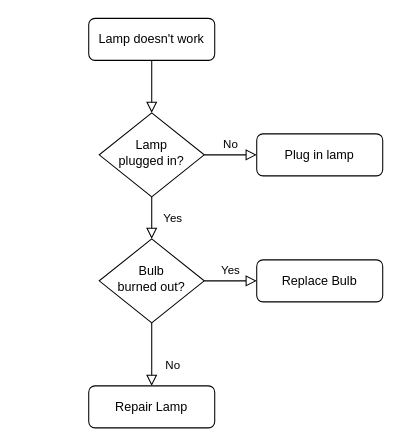
Before: Untitled Diagram.drawio in a8545855/hello-world, a draw.io diagram. Source tidied: cells renumbered, new cells numbered last; positions are measured from the earlier drawing's top-left corner, leaving out a move shared by most shapes. Both pictures are drawn from the tidied source at 105%, with x=0, y=0 at pixel (88, 18).
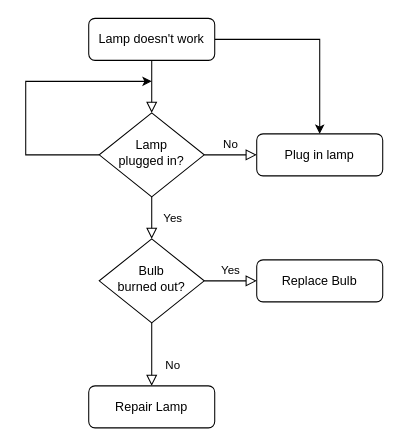
After the change.

The edit, as a diff of the source:
```diff
@@
 <mxGraphModel>
   <root>
     <mxCell id="0" />
     <mxCell id="1" parent="0" />
     <mxCell id="2" style="rounded=0;html=1;jettySize=auto;fontSize=11;endArrow=block;endFill=0;endSize=8;strokeWidth=1;shadow=0;labelBackgroundColor=none;edgeStyle=orthogonalEdgeStyle;" parent="1" edge="1" source="3" target="6">
       <mxGeometry relative="1" as="geometry" />
     </mxCell>
+    <mxCell id="13" style="edgeStyle=orthogonalEdgeStyle;rounded=0;jettySize=auto;html=1;exitX=1;exitY=0.5;exitDx=0;exitDy=0;" parent="1" edge="1" source="3" target="7">
+      <mxGeometry relative="1" as="geometry" />
+    </mxCell>
     <mxCell id="3" value="Lamp doesn't work" style="rounded=1;whiteSpace=wrap;html=1;fontSize=12;glass=0;strokeWidth=1;shadow=0;" parent="1" vertex="1">
       <mxGeometry width="120" height="40" as="geometry" />
     </mxCell>
     <mxCell id="4" value="Yes" style="rounded=0;html=1;jettySize=auto;fontSize=11;endArrow=block;endFill=0;endSize=8;strokeWidth=1;shadow=0;labelBackgroundColor=none;edgeStyle=orthogonalEdgeStyle;" parent="1" edge="1" source="6" target="10">
       <mxGeometry y="20" relative="1" as="geometry" />
     </mxCell>
     <mxCell id="5" value="No" style="edgeStyle=orthogonalEdgeStyle;rounded=0;html=1;jettySize=auto;fontSize=11;endArrow=block;endFill=0;endSize=8;strokeWidth=1;shadow=0;labelBackgroundColor=none;" parent="1" edge="1" source="6" target="7">
       <mxGeometry y="10" relative="1" as="geometry" />
     </mxCell>
+    <mxCell id="14" style="edgeStyle=orthogonalEdgeStyle;rounded=0;jettySize=auto;html=1;exitX=0;exitY=0.5;exitDx=0;exitDy=0;" parent="1" edge="1" source="6">
+      <mxGeometry relative="1" as="geometry">
+        <mxPoint x="60" y="60" as="targetPoint" />
+        <Array as="points">
+          <mxPoint x="-60" y="130" />
+          <mxPoint x="-60" y="60" />
+        </Array>
+      </mxGeometry>
+    </mxCell>
     <mxCell id="6" value="Lamp&lt;br&gt;plugged in?" style="rhombus;whiteSpace=wrap;html=1;shadow=0;fontFamily=Helvetica;fontSize=12;align=center;strokeWidth=1;spacing=6;spacingTop=-4;" parent="1" vertex="1">
       <mxGeometry x="10" y="90" width="100" height="80" as="geometry" />
     </mxCell>
     <mxCell id="7" value="Plug in lamp" style="rounded=1;whiteSpace=wrap;html=1;fontSize=12;glass=0;strokeWidth=1;shadow=0;" parent="1" vertex="1">
       <mxGeometry x="160" y="110" width="120" height="40" as="geometry" />
     </mxCell>
     <mxCell id="8" value="No" style="rounded=0;html=1;jettySize=auto;fontSize=11;endArrow=block;endFill=0;endSize=8;strokeWidth=1;shadow=0;labelBackgroundColor=none;edgeStyle=orthogonalEdgeStyle;" parent="1" edge="1" source="10" target="11">
       <mxGeometry x="0.33" y="20" relative="1" as="geometry" />
     </mxCell>
     <mxCell id="9" value="Yes" style="edgeStyle=orthogonalEdgeStyle;rounded=0;html=1;jettySize=auto;fontSize=11;endArrow=block;endFill=0;endSize=8;strokeWidth=1;shadow=0;labelBackgroundColor=none;" parent="1" edge="1" source="10" target="12">
       <mxGeometry y="10" relative="1" as="geometry" />
     </mxCell>
     <mxCell id="10" value="Bulb&lt;br&gt;burned out?" style="rhombus;whiteSpace=wrap;html=1;shadow=0;fontFamily=Helvetica;fontSize=12;align=center;strokeWidth=1;spacing=6;spacingTop=-4;" parent="1" vertex="1">
       <mxGeometry x="10" y="210" width="100" height="80" as="geometry" />
     </mxCell>
     <mxCell id="11" value="Repair Lamp" style="rounded=1;whiteSpace=wrap;html=1;fontSize=12;glass=0;strokeWidth=1;shadow=0;" parent="1" vertex="1">
       <mxGeometry y="350" width="120" height="40" as="geometry" />
     </mxCell>
     <mxCell id="12" value="Replace Bulb" style="rounded=1;whiteSpace=wrap;html=1;fontSize=12;glass=0;strokeWidth=1;shadow=0;" parent="1" vertex="1">
       <mxGeometry x="160" y="230" width="120" height="40" as="geometry" />
     </mxCell>
   </root>
 </mxGraphModel>
```
